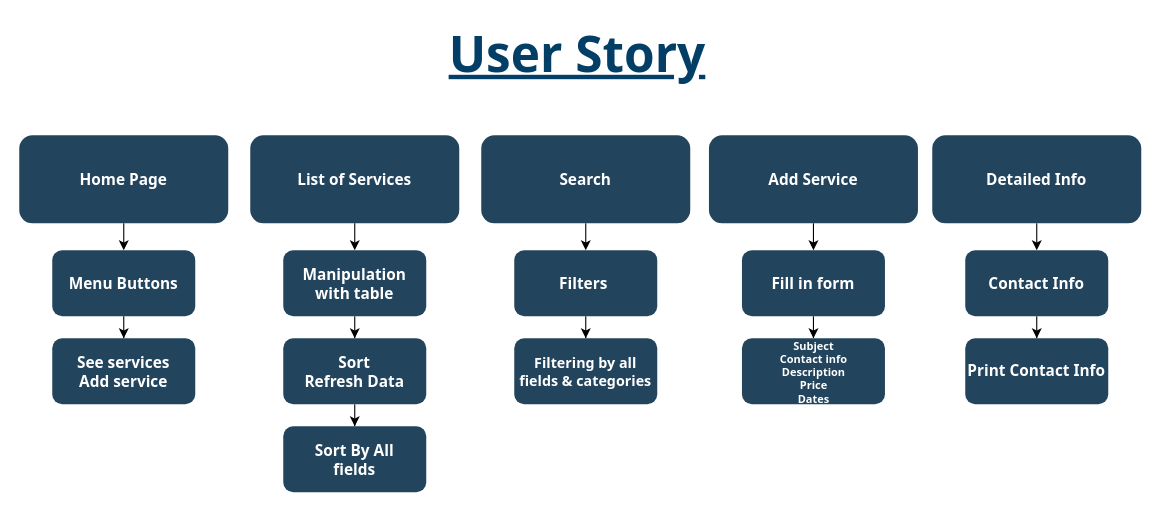
Above: page "UserStory" (3 of 3) of HelppyDiagrams.drawio in StanislavRa/group_A_Helppy (draw.io), before the change. Source tidied: cells renumbered, new cells numbered last; positions are measured from the earlier drawing's top-left corner, leaving out a move shared by most shapes. Both pictures are drawn from the tidied source at 110%, with x=0, y=0 at pixel (19, 19).
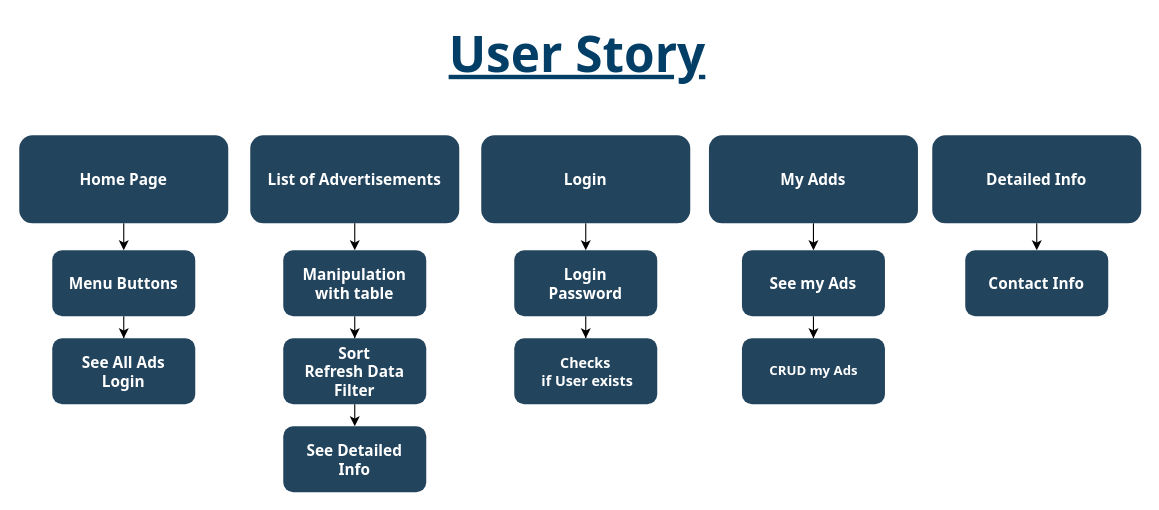
Above is the later version.

The change refers to these unchanged cells:
```xml
<mxCell id="21" value="Contact Info" style="rounded=1;fillColor=#23445D;gradientColor=none;strokeColor=none;fontColor=#FFFFFF;fontStyle=1;fontFamily=Tahoma;fontSize=14;" parent="1" vertex="1">
  <mxGeometry x="860" y="210" width="130" height="60" as="geometry" />
</mxCell>
```

Change to the diagram source:
```diff
@@
-    <mxCell id="5" value="Add Service" style="rounded=1;fillColor=#23445D;gradientColor=none;strokeColor=none;fontColor=#FFFFFF;fontStyle=1;fontFamily=Tahoma;fontSize=14;" parent="1" vertex="1">
+    <mxCell id="5" value="My Adds" style="rounded=1;fillColor=#23445D;gradientColor=none;strokeColor=none;fontColor=#FFFFFF;fontStyle=1;fontFamily=Tahoma;fontSize=14;" parent="1" vertex="1">
       <mxGeometry x="627" y="105.5" width="190" height="80" as="geometry" />
     </mxCell>
@@
-    <mxCell id="7" value="Search" style="rounded=1;fillColor=#23445D;gradientColor=none;strokeColor=none;fontColor=#FFFFFF;fontStyle=1;fontFamily=Tahoma;fontSize=14;" parent="1" vertex="1">
+    <mxCell id="7" value="Login" style="rounded=1;fillColor=#23445D;gradientColor=none;strokeColor=none;fontColor=#FFFFFF;fontStyle=1;fontFamily=Tahoma;fontSize=14;" parent="1" vertex="1">
       <mxGeometry x="420" y="105.5" width="190" height="80" as="geometry" />
     </mxCell>
-    <mxCell id="8" value="List of Services" style="rounded=1;fillColor=#23445D;gradientColor=none;strokeColor=none;fontColor=#FFFFFF;fontStyle=1;fontFamily=Tahoma;fontSize=14;" parent="1" vertex="1">
+    <mxCell id="8" value="List of Advertisements" style="rounded=1;fillColor=#23445D;gradientColor=none;strokeColor=none;fontColor=#FFFFFF;fontStyle=1;fontFamily=Tahoma;fontSize=14;" parent="1" vertex="1">
       <mxGeometry x="210" y="105.5" width="190" height="80" as="geometry" />
     </mxCell>
@@
-    <mxCell id="11" style="edgeStyle=orthogonalEdgeStyle;rounded=0;jettySize=auto;html=1;entryX=0.5;entryY=0;entryDx=0;entryDy=0;fontSize=13;" parent="1" edge="1" source="12" target="16">
-      <mxGeometry relative="1" as="geometry" />
-    </mxCell>
-    <mxCell id="12" value="Sort&#10;Refresh Data" style="rounded=1;fillColor=#23445D;gradientColor=none;strokeColor=none;fontColor=#FFFFFF;fontStyle=1;fontFamily=Tahoma;fontSize=14;" parent="1" vertex="1">
+    <mxCell id="12" value="Sort&#10;Refresh Data&#10;Filter" style="rounded=1;fillColor=#23445D;gradientColor=none;strokeColor=none;fontColor=#FFFFFF;fontStyle=1;fontFamily=Tahoma;fontSize=14;" parent="1" vertex="1">
       <mxGeometry x="240" y="290" width="130" height="60" as="geometry" />
     </mxCell>
@@
-    <mxCell id="14" value="Filters " style="rounded=1;fillColor=#23445D;gradientColor=none;strokeColor=none;fontColor=#FFFFFF;fontStyle=1;fontFamily=Tahoma;fontSize=14;" parent="1" vertex="1">
+    <mxCell id="14" value="Login&#10;Password" style="rounded=1;fillColor=#23445D;gradientColor=none;strokeColor=none;fontColor=#FFFFFF;fontStyle=1;fontFamily=Tahoma;fontSize=14;" parent="1" vertex="1">
       <mxGeometry x="450" y="210" width="130" height="60" as="geometry" />
     </mxCell>
-    <mxCell id="15" value="Filtering by all&#10;fields &amp; categories" style="rounded=1;fillColor=#23445D;gradientColor=none;strokeColor=none;fontColor=#FFFFFF;fontStyle=1;fontFamily=Tahoma;fontSize=13;" parent="1" vertex="1">
+    <mxCell id="15" value="Checks&#10; if User exists" style="rounded=1;fillColor=#23445D;gradientColor=none;strokeColor=none;fontColor=#FFFFFF;fontStyle=1;fontFamily=Tahoma;fontSize=13;" parent="1" vertex="1">
       <mxGeometry x="450" y="290" width="130" height="60" as="geometry" />
     </mxCell>
-    <mxCell id="16" value="Sort By All &#10;fields" style="rounded=1;fillColor=#23445D;gradientColor=none;strokeColor=none;fontColor=#FFFFFF;fontStyle=1;fontFamily=Tahoma;fontSize=14;" parent="1" vertex="1">
-      <mxGeometry x="240" y="370" width="130" height="60" as="geometry" />
-    </mxCell>
@@
-    <mxCell id="18" value="Fill in form" style="rounded=1;fillColor=#23445D;gradientColor=none;strokeColor=none;fontColor=#FFFFFF;fontStyle=1;fontFamily=Tahoma;fontSize=14;" parent="1" vertex="1">
+    <mxCell id="18" value="See my Ads" style="rounded=1;fillColor=#23445D;gradientColor=none;strokeColor=none;fontColor=#FFFFFF;fontStyle=1;fontFamily=Tahoma;fontSize=14;" parent="1" vertex="1">
       <mxGeometry x="657" y="210" width="130" height="60" as="geometry" />
     </mxCell>
-    <mxCell id="19" value="Subject&lt;br style=&quot;font-size: 10px;&quot;&gt;Contact info&lt;br style=&quot;font-size: 10px;&quot;&gt;Description&lt;br style=&quot;font-size: 10px;&quot;&gt;Price&lt;br style=&quot;font-size: 10px;&quot;&gt;Dates" style="rounded=1;fillColor=#23445D;gradientColor=none;strokeColor=none;fontColor=#FFFFFF;fontStyle=1;fontFamily=Tahoma;fontSize=10;html=1;" parent="1" vertex="1">
+    <mxCell id="19" value="&lt;font style=&quot;font-size: 12px&quot;&gt;CRUD my Ads&lt;/font&gt;" style="rounded=1;fillColor=#23445D;gradientColor=none;strokeColor=none;fontColor=#FFFFFF;fontStyle=1;fontFamily=Tahoma;fontSize=10;html=1;" parent="1" vertex="1">
       <mxGeometry x="657" y="290" width="130" height="60" as="geometry" />
     </mxCell>
-    <mxCell id="20" style="edgeStyle=orthogonalEdgeStyle;rounded=0;jettySize=auto;html=1;fontSize=13;" parent="1" edge="1" source="21" target="22">
-      <mxGeometry relative="1" as="geometry" />
-    </mxCell>
@@
-    <mxCell id="22" value="Print Contact Info" style="rounded=1;fillColor=#23445D;gradientColor=none;strokeColor=none;fontColor=#FFFFFF;fontStyle=1;fontFamily=Tahoma;fontSize=14;whiteSpace=wrap;" parent="1" vertex="1">
-      <mxGeometry x="860" y="290" width="130" height="60" as="geometry" />
-    </mxCell>
@@
-    <mxCell id="27" value="See services&#10;Add service" style="rounded=1;fillColor=#23445D;gradientColor=none;strokeColor=none;fontColor=#FFFFFF;fontStyle=1;fontFamily=Tahoma;fontSize=14;" parent="1" vertex="1">
+    <mxCell id="27" value="See All Ads&#10;Login" style="rounded=1;fillColor=#23445D;gradientColor=none;strokeColor=none;fontColor=#FFFFFF;fontStyle=1;fontFamily=Tahoma;fontSize=14;" parent="1" vertex="1">
       <mxGeometry x="30" y="290" width="130" height="60" as="geometry" />
     </mxCell>
@@
+    <mxCell id="30" value="See Detailed&#10;Info" style="rounded=1;fillColor=#23445D;gradientColor=none;strokeColor=none;fontColor=#FFFFFF;fontStyle=1;fontFamily=Tahoma;fontSize=14;" parent="1" vertex="1">
+      <mxGeometry x="240" y="370" width="130" height="60" as="geometry" />
+    </mxCell>
+    <mxCell id="31" style="edgeStyle=orthogonalEdgeStyle;rounded=0;jettySize=auto;html=1;fontSize=13;entryX=0.5;entryY=0;entryDx=0;entryDy=0;" parent="1" edge="1" target="30">
+      <mxGeometry relative="1" as="geometry">
+        <mxPoint x="305" y="350" as="sourcePoint" />
+      </mxGeometry>
+    </mxCell>
```
